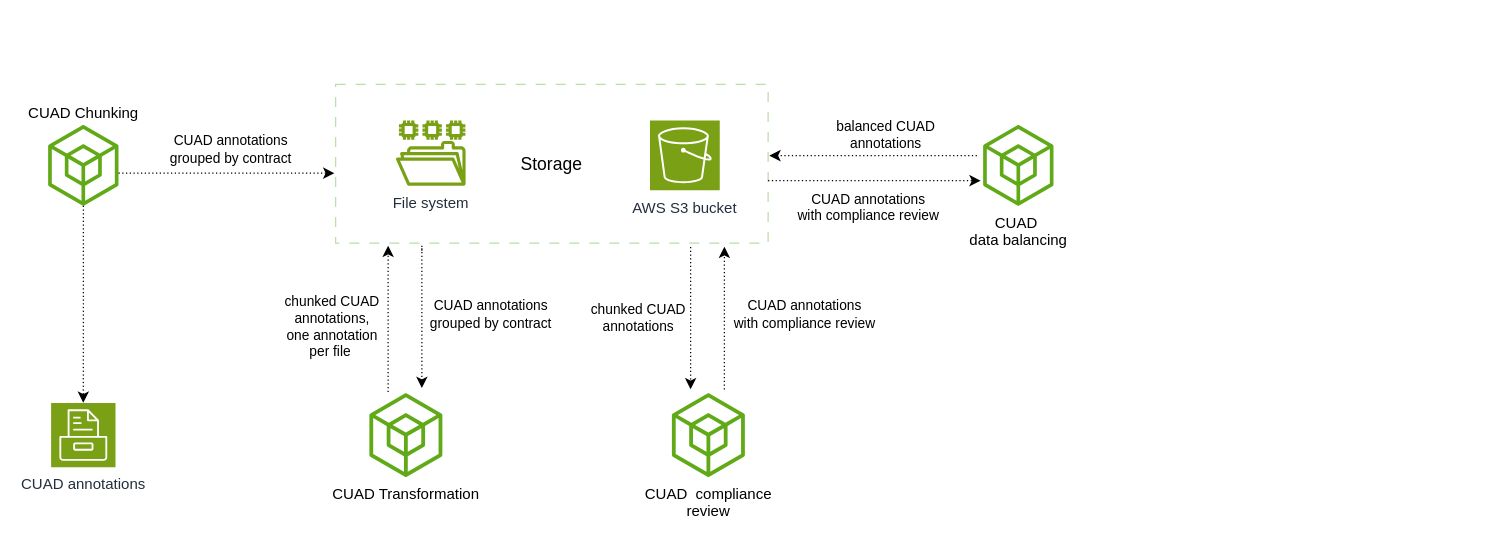
Earlier version of the draw.io diagram arch/justiq_data_preprocessing.drawio (zradov/juristiq). Source tidied: cells renumbered, new cells numbered last; positions are measured from the earlier drawing's top-left corner, leaving out a move shared by most shapes. Both pictures are drawn from the tidied source at 125%, with x=0, y=0 at pixel (48, 84). Pictures stored in the file or linked from it are replaced by grey dashed boxes.
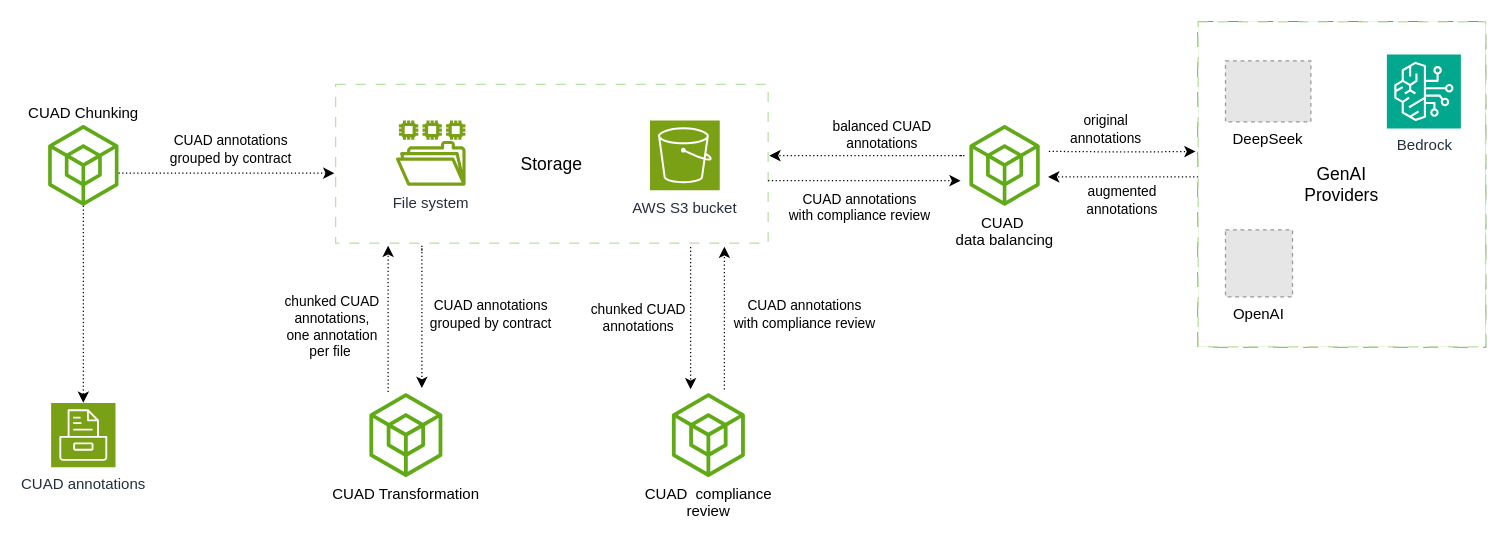
After the change.

Commit message (it also covers changes not shown here):
Updated the data preprocessing architecture image.

Change to the diagram source:
```diff
@@
     <mxCell id="21" value="CUAD&amp;nbsp; &lt;br&gt;data balancing" style="sketch=0;fontColor=#000000;fillColor=#60a917;strokeColor=#2D7600;dashed=0;verticalLabelPosition=bottom;verticalAlign=top;align=center;html=1;fontSize=12;fontStyle=0;shape=mxgraph.aws4.external_sdk;" parent="1" vertex="1">
-      <mxGeometry x="748" y="32.4" width="56.3" height="64.6" as="geometry" />
+      <mxGeometry x="737" y="32.4" width="56.3" height="64.6" as="geometry" />
     </mxCell>
     <mxCell id="22" style="edgeStyle=orthogonalEdgeStyle;rounded=0;orthogonalLoop=1;jettySize=auto;html=1;dashed=1;dashPattern=1 2;" parent="1" edge="1">
       <mxGeometry relative="1" as="geometry">
         <mxPoint x="576" y="77" as="sourcePoint" />
-        <mxPoint x="746" y="77" as="targetPoint" />
+        <mxPoint x="730" y="77" as="targetPoint" />
         <Array as="points">
           <mxPoint x="616" y="77" />
           <mxPoint x="616" y="77" />
         </Array>
       </mxGeometry>
     </mxCell>
@@
     <mxCell id="24" style="edgeStyle=orthogonalEdgeStyle;rounded=0;orthogonalLoop=1;jettySize=auto;html=1;labelPosition=center;verticalLabelPosition=top;align=center;verticalAlign=bottom;dashed=1;dashPattern=1 2;" parent="1" edge="1">
       <mxGeometry relative="1" as="geometry">
-        <mxPoint x="743" y="57" as="sourcePoint" />
+        <mxPoint x="730" y="57" as="sourcePoint" />
         <mxPoint x="577" y="57" as="targetPoint" />
         <Array as="points">
           <mxPoint x="733" y="57" />
           <mxPoint x="733" y="57" />
         </Array>
       </mxGeometry>
     </mxCell>
@@
+    <mxCell id="26" style="group;labelPosition=center;verticalLabelPosition=middle;align=center;verticalAlign=middle;dashed=1;dashPattern=12 12;fillColor=#60a917;fontColor=#ffffff;strokeColor=#2D7600;" parent="1" vertex="1">
+      <mxGeometry x="920" y="-50" width="230" height="260" as="geometry" />
+    </mxCell>
+    <mxCell id="27" style="edgeStyle=orthogonalEdgeStyle;rounded=0;orthogonalLoop=1;jettySize=auto;html=1;dashed=1;dashPattern=1 2;" parent="26" edge="1">
+      <mxGeometry relative="1" as="geometry">
+        <mxPoint y="124" as="sourcePoint" />
+        <mxPoint x="-120" y="124" as="targetPoint" />
+      </mxGeometry>
+    </mxCell>
+    <mxCell id="28" value="&lt;font style=&quot;font-size: 14px;&quot;&gt;GenAI &lt;br&gt;Providers&lt;/font&gt;" style="rounded=0;whiteSpace=wrap;html=1;dashed=1;dashPattern=8 8;strokeColor=#B9E0A5;align=center;labelPosition=center;verticalLabelPosition=middle;verticalAlign=middle;" parent="26" vertex="1">
+      <mxGeometry width="230" height="260" as="geometry" />
+    </mxCell>
+    <mxCell id="29" value="Bedrock" style="sketch=0;fontColor=#232F3E;fillColor=#01A88D;strokeColor=#ffffff;dashed=0;verticalLabelPosition=bottom;verticalAlign=top;align=center;html=1;fontSize=12;fontStyle=0;shape=mxgraph.aws4.resourceIcon;resIcon=mxgraph.aws4.bedrock;" parent="26" vertex="1">
+      <mxGeometry x="151" y="26" width="59.2" height="59.2" as="geometry" />
+    </mxCell>
+    <mxCell id="30" value="DeepSeek" style="fillColor=#E6E6E6;strokeColor=#999999;dashed=1;verticalLabelPosition=bottom;labelBackgroundColor=default;verticalAlign=top;" parent="26" vertex="1">
+      <mxGeometry x="21.9" y="31.2" width="68.3" height="48.8" as="geometry" />
+    </mxCell>
+    <mxCell id="31" value="OpenAI" style="fillColor=#E6E6E6;strokeColor=#999999;dashed=1;verticalLabelPosition=bottom;labelBackgroundColor=default;verticalAlign=top;" parent="26" vertex="1">
+      <mxGeometry x="21.9" y="166.4" width="53.6" height="53.6" as="geometry" />
+    </mxCell>
+    <mxCell id="32" style="edgeStyle=orthogonalEdgeStyle;rounded=0;jettySize=auto;html=1;labelPosition=center;verticalLabelPosition=top;align=center;verticalAlign=bottom;entryX=-0.009;entryY=0.399;entryDx=0;entryDy=0;entryPerimeter=0;dashed=1;dashPattern=1 2;" parent="1" edge="1" target="28">
+      <mxGeometry relative="1" as="geometry">
+        <mxPoint x="800.6" y="53.6" as="sourcePoint" />
+      </mxGeometry>
+    </mxCell>
+    <mxCell id="33" value="original &lt;br&gt;annotations" style="edgeLabel;html=1;align=center;verticalAlign=middle;" parent="32" vertex="1">
+      <mxGeometry x="-0.23" y="-1" relative="1" as="geometry">
+        <mxPoint y="-19" as="offset" />
+      </mxGeometry>
+    </mxCell>
+    <mxCell id="34" value="augmented&lt;br&gt;annotations" style="edgeLabel;html=1;align=center;verticalAlign=middle;" parent="1" vertex="1">
+      <mxGeometry x="860" y="44" as="geometry">
+        <mxPoint x="-2" y="48" as="offset" />
+      </mxGeometry>
+    </mxCell>
```
